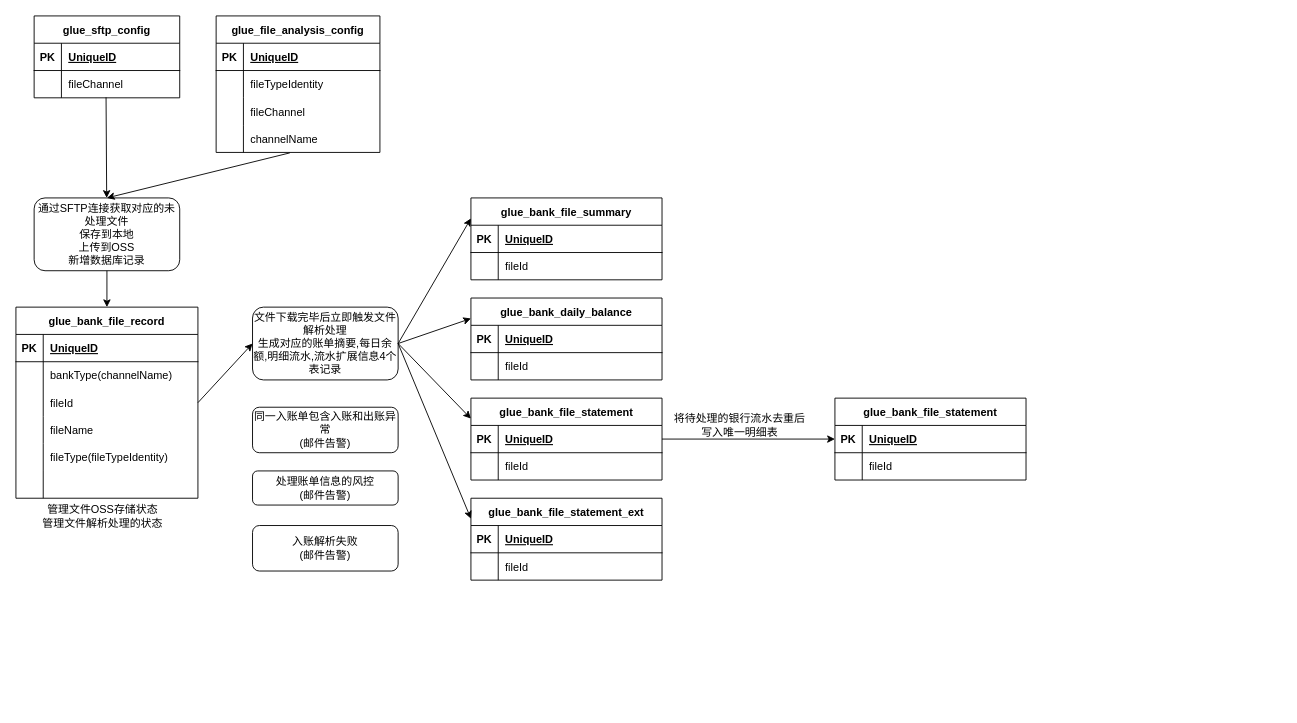
Earlier version of the draw.io diagram Glue系统数据流图.drawio (weicongsite/my-precious). Source tidied: cells renumbered, new cells numbered last; positions are measured from the earlier drawing's top-left corner, leaving out a move shared by most shapes. Both pictures are drawn from the tidied source at 91%, with x=0, y=0 at pixel (15, 15).
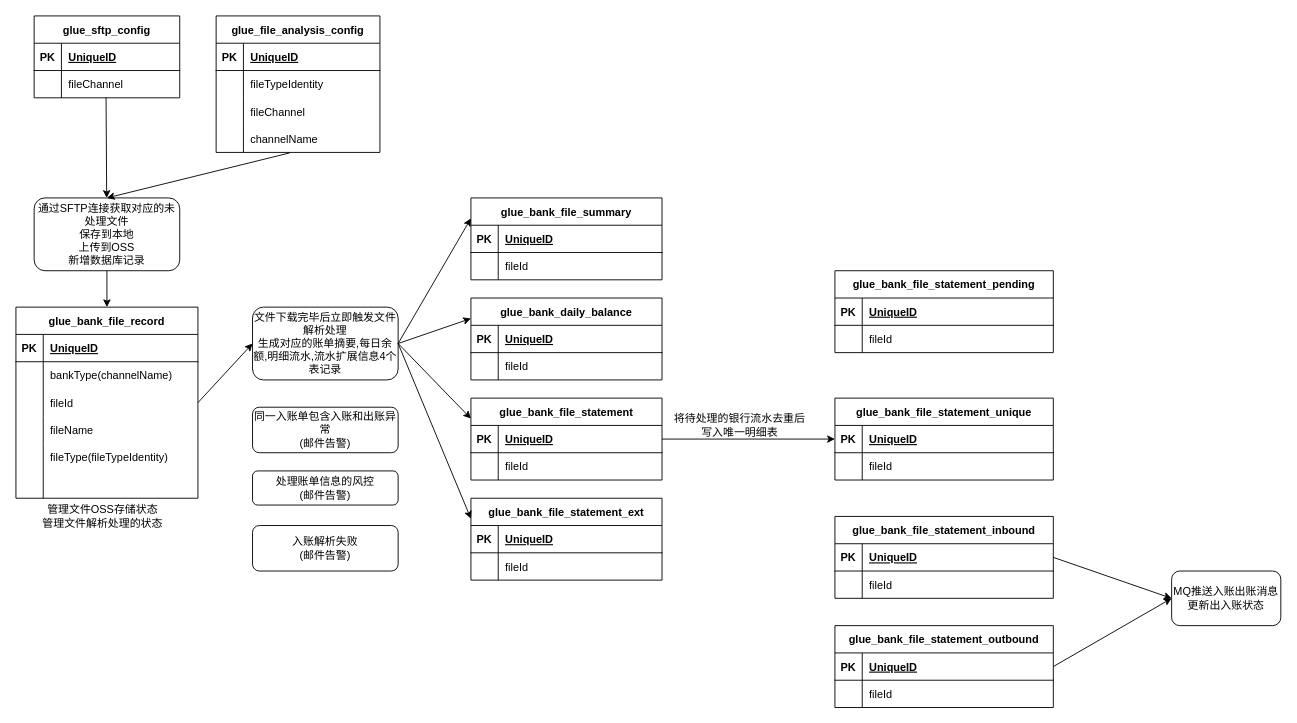
The same page after the edit.

Commit message (it also covers changes not shown here):
更新Glue系统数据流图.drawio

The edit, as a diff of the source:
```diff
@@
-    <mxCell id="83" value="glue_bank_file_statement" style="shape=table;startSize=30;childLayout=tableLayout;rowLines=0;fontStyle=1;align=center;" parent="1" vertex="1">
-      <mxGeometry x="900" y="420" width="210" height="90" as="geometry" />
+    <mxCell id="83" value="glue_bank_file_statement_unique" style="shape=table;startSize=30;childLayout=tableLayout;rowLines=0;fontStyle=1;align=center;" parent="1" vertex="1">
+      <mxGeometry x="900" y="420" width="240" height="90" as="geometry" />
     </mxCell>
     <mxCell id="84" style="shape=tableRow;horizontal=0;startSize=0;swimlaneHead=0;swimlaneBody=0;fillColor=none;points=[[0,0.5],[1,0.5]];portConstraint=eastwest;top=0;left=0;right=0;bottom=1;" parent="83" vertex="1">
-      <mxGeometry y="30" width="210" height="30" as="geometry" />
+      <mxGeometry y="30" width="240" height="30" as="geometry" />
     </mxCell>
@@
     <mxCell id="86" value="UniqueID" style="shape=partialRectangle;fillColor=none;top=0;left=0;bottom=0;right=0;align=left;spacingLeft=6;fontStyle=5;overflow=hidden;" parent="84" vertex="1">
-      <mxGeometry x="30" width="180" height="30" as="geometry" />
+      <mxGeometry x="30" width="210" height="30" as="geometry" />
     </mxCell>
     <mxCell id="87" style="shape=tableRow;horizontal=0;startSize=0;swimlaneHead=0;swimlaneBody=0;fillColor=none;top=0;left=0;right=0;bottom=0;" parent="83" vertex="1">
-      <mxGeometry y="60" width="210" height="30" as="geometry" />
+      <mxGeometry y="60" width="240" height="30" as="geometry" />
     </mxCell>
@@
     <mxCell id="89" value="fileId" style="shape=partialRectangle;fillColor=none;top=0;left=0;bottom=0;right=0;align=left;spacingLeft=6;overflow=hidden;" parent="87" vertex="1">
-      <mxGeometry x="30" width="180" height="30" as="geometry" />
+      <mxGeometry x="30" width="210" height="30" as="geometry" />
     </mxCell>
@@
+    <mxCell id="92" value="glue_bank_file_statement_inbound" style="shape=table;startSize=30;childLayout=tableLayout;rowLines=0;fontStyle=1;align=center;" parent="1" vertex="1">
+      <mxGeometry x="900" y="550" width="240" height="90" as="geometry" />
+    </mxCell>
+    <mxCell id="93" style="shape=tableRow;horizontal=0;startSize=0;swimlaneHead=0;swimlaneBody=0;fillColor=none;points=[[0,0.5],[1,0.5]];portConstraint=eastwest;top=0;left=0;right=0;bottom=1;" parent="92" vertex="1">
+      <mxGeometry y="30" width="240" height="30" as="geometry" />
+    </mxCell>
+    <mxCell id="94" value="PK" style="shape=partialRectangle;fillColor=none;top=0;left=0;bottom=0;right=0;fontStyle=1;overflow=hidden;" parent="93" vertex="1">
+      <mxGeometry width="30" height="30" as="geometry" />
+    </mxCell>
+    <mxCell id="95" value="UniqueID" style="shape=partialRectangle;fillColor=none;top=0;left=0;bottom=0;right=0;align=left;spacingLeft=6;fontStyle=5;overflow=hidden;" parent="93" vertex="1">
+      <mxGeometry x="30" width="210" height="30" as="geometry" />
+    </mxCell>
+    <mxCell id="96" style="shape=tableRow;horizontal=0;startSize=0;swimlaneHead=0;swimlaneBody=0;fillColor=none;top=0;left=0;right=0;bottom=0;" parent="92" vertex="1">
+      <mxGeometry y="60" width="240" height="30" as="geometry" />
+    </mxCell>
+    <mxCell id="97" style="shape=partialRectangle;fillColor=none;top=0;left=0;bottom=0;right=0;overflow=hidden;" parent="96" vertex="1">
+      <mxGeometry width="30" height="30" as="geometry" />
+    </mxCell>
+    <mxCell id="98" value="fileId" style="shape=partialRectangle;fillColor=none;top=0;left=0;bottom=0;right=0;align=left;spacingLeft=6;overflow=hidden;" parent="96" vertex="1">
+      <mxGeometry x="30" width="210" height="30" as="geometry" />
+    </mxCell>
+    <mxCell id="99" value="glue_bank_file_statement_pending" style="shape=table;startSize=30;childLayout=tableLayout;rowLines=0;fontStyle=1;align=center;" parent="1" vertex="1">
+      <mxGeometry x="900" y="280" width="240" height="90" as="geometry" />
+    </mxCell>
+    <mxCell id="100" style="shape=tableRow;horizontal=0;startSize=0;swimlaneHead=0;swimlaneBody=0;fillColor=none;top=0;left=0;right=0;bottom=1;" parent="99" vertex="1">
+      <mxGeometry y="30" width="240" height="30" as="geometry" />
+    </mxCell>
+    <mxCell id="101" value="PK" style="shape=partialRectangle;fillColor=none;top=0;left=0;bottom=0;right=0;fontStyle=1;overflow=hidden;" parent="100" vertex="1">
+      <mxGeometry width="30" height="30" as="geometry" />
+    </mxCell>
+    <mxCell id="102" value="UniqueID" style="shape=partialRectangle;fillColor=none;top=0;left=0;bottom=0;right=0;align=left;spacingLeft=6;fontStyle=5;overflow=hidden;" parent="100" vertex="1">
+      <mxGeometry x="30" width="210" height="30" as="geometry" />
+    </mxCell>
+    <mxCell id="103" style="shape=tableRow;horizontal=0;startSize=0;swimlaneHead=0;swimlaneBody=0;fillColor=none;top=0;left=0;right=0;bottom=0;" parent="99" vertex="1">
+      <mxGeometry y="60" width="240" height="30" as="geometry" />
+    </mxCell>
+    <mxCell id="104" style="shape=partialRectangle;fillColor=none;top=0;left=0;bottom=0;right=0;overflow=hidden;" parent="103" vertex="1">
+      <mxGeometry width="30" height="30" as="geometry" />
+    </mxCell>
+    <mxCell id="105" value="fileId" style="shape=partialRectangle;fillColor=none;top=0;left=0;bottom=0;right=0;align=left;spacingLeft=6;overflow=hidden;" parent="103" vertex="1">
+      <mxGeometry x="30" width="210" height="30" as="geometry" />
+    </mxCell>
+    <mxCell id="106" value="glue_bank_file_statement_outbound" style="shape=table;startSize=30;childLayout=tableLayout;rowLines=0;fontStyle=1;align=center;" parent="1" vertex="1">
+      <mxGeometry x="900" y="670" width="240" height="90" as="geometry" />
+    </mxCell>
+    <mxCell id="107" style="shape=tableRow;horizontal=0;startSize=0;swimlaneHead=0;swimlaneBody=0;fillColor=none;points=[[0,0.5],[1,0.5]];portConstraint=eastwest;top=0;left=0;right=0;bottom=1;" parent="106" vertex="1">
+      <mxGeometry y="30" width="240" height="30" as="geometry" />
+    </mxCell>
+    <mxCell id="108" value="PK" style="shape=partialRectangle;fillColor=none;top=0;left=0;bottom=0;right=0;fontStyle=1;overflow=hidden;" parent="107" vertex="1">
+      <mxGeometry width="30" height="30" as="geometry" />
+    </mxCell>
+    <mxCell id="109" value="UniqueID" style="shape=partialRectangle;fillColor=none;top=0;left=0;bottom=0;right=0;align=left;spacingLeft=6;fontStyle=5;overflow=hidden;" parent="107" vertex="1">
+      <mxGeometry x="30" width="210" height="30" as="geometry" />
+    </mxCell>
+    <mxCell id="110" style="shape=tableRow;horizontal=0;startSize=0;swimlaneHead=0;swimlaneBody=0;fillColor=none;top=0;left=0;right=0;bottom=0;" parent="106" vertex="1">
+      <mxGeometry y="60" width="240" height="30" as="geometry" />
+    </mxCell>
+    <mxCell id="111" style="shape=partialRectangle;fillColor=none;top=0;left=0;bottom=0;right=0;overflow=hidden;" parent="110" vertex="1">
+      <mxGeometry width="30" height="30" as="geometry" />
+    </mxCell>
+    <mxCell id="112" value="fileId" style="shape=partialRectangle;fillColor=none;top=0;left=0;bottom=0;right=0;align=left;spacingLeft=6;overflow=hidden;" parent="110" vertex="1">
+      <mxGeometry x="30" width="210" height="30" as="geometry" />
+    </mxCell>
+    <mxCell id="113" value="MQ推送入账出账消息&lt;br&gt;更新出入账状态" style="rounded=1;whiteSpace=wrap;html=1;" parent="1" vertex="1">
+      <mxGeometry x="1270" y="610" width="120" height="60" as="geometry" />
+    </mxCell>
+    <mxCell id="114" style="endArrow=classic;html=1;rounded=0;entryX=0;entryY=0.5;entryDx=0;entryDy=0;exitX=1;exitY=0.5;exitDx=0;exitDy=0;" parent="1" edge="1" source="93" target="113">
+      <mxGeometry relative="1" as="geometry" />
+    </mxCell>
+    <mxCell id="115" style="endArrow=classic;html=1;rounded=0;exitX=1;exitY=0.5;exitDx=0;exitDy=0;" parent="1" edge="1" source="107">
+      <mxGeometry relative="1" as="geometry">
+        <mxPoint x="1270" y="640" as="targetPoint" />
+      </mxGeometry>
+    </mxCell>
```
